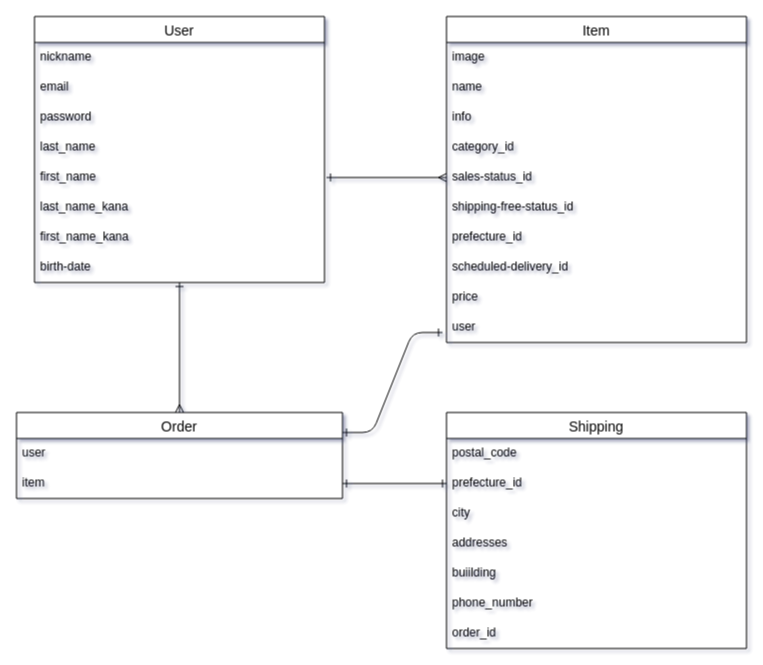
Earlier version of the draw.io diagram frima.dio (saxtuchi/furima-38417). Source tidied: cells renumbered, new cells numbered last; positions are measured from the earlier drawing's top-left corner, leaving out a move shared by most shapes. Both pictures are drawn from the tidied source at 100%, with x=0, y=0 at pixel (16, 16).
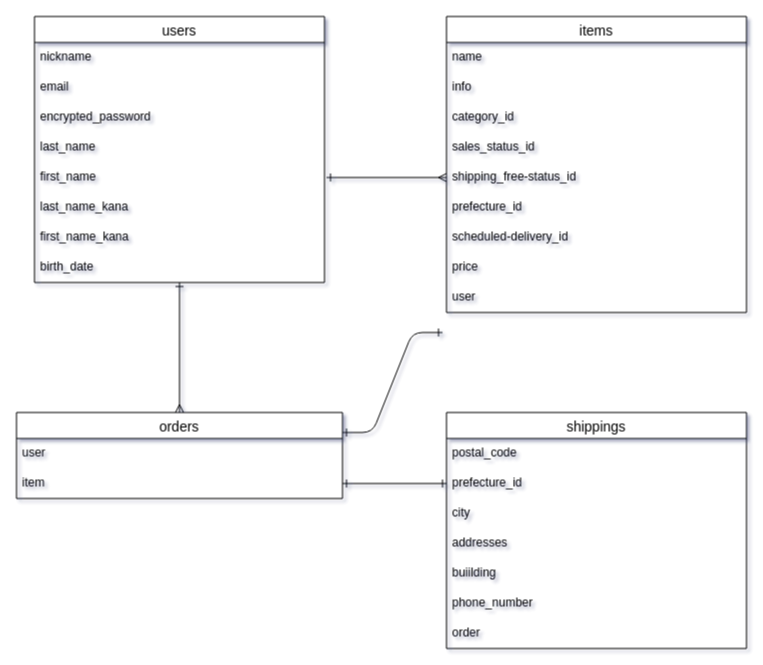
The same page after the edit.

Change to the diagram source:
```diff
@@
-    <mxCell id="3" value="User" style="swimlane;fontStyle=0;horizontal=1;startSize=26;align=center;fontSize=14;" parent="1" vertex="1">
+    <mxCell id="3" value="users" style="swimlane;fontStyle=0;horizontal=1;startSize=26;align=center;fontSize=14;" parent="1" vertex="1">
       <mxGeometry x="18" width="290" height="266" as="geometry" />
     </mxCell>
@@
-    <mxCell id="6" value="password" style="text;strokeColor=none;fillColor=none;spacingLeft=4;spacingRight=4;overflow=hidden;fontSize=12;" parent="3" vertex="1">
+    <mxCell id="6" value="encrypted_password " style="text;strokeColor=none;fillColor=none;spacingLeft=4;spacingRight=4;overflow=hidden;fontSize=12;" parent="3" vertex="1">
       <mxGeometry y="86" width="290" height="30" as="geometry" />
     </mxCell>
@@
-    <mxCell id="11" value="birth-date" style="text;strokeColor=none;fillColor=none;spacingLeft=4;spacingRight=4;overflow=hidden;fontSize=12;" parent="3" vertex="1">
+    <mxCell id="11" value="birth_date" style="text;strokeColor=none;fillColor=none;spacingLeft=4;spacingRight=4;overflow=hidden;fontSize=12;" parent="3" vertex="1">
       <mxGeometry y="236" width="290" height="30" as="geometry" />
     </mxCell>
-    <mxCell id="12" value="Item" style="swimlane;fontStyle=0;horizontal=1;startSize=26;align=center;fontSize=14;" parent="1" vertex="1">
-      <mxGeometry x="430" width="300" height="326" as="geometry" />
+    <mxCell id="12" value="items" style="swimlane;fontStyle=0;horizontal=1;startSize=26;align=center;fontSize=14;" parent="1" vertex="1">
+      <mxGeometry x="430" width="300" height="296" as="geometry" />
     </mxCell>
-    <mxCell id="13" value="image" style="text;strokeColor=none;fillColor=none;spacingLeft=4;spacingRight=4;overflow=hidden;fontSize=12;" parent="12" vertex="1">
-      <mxGeometry y="26" width="300" height="30" as="geometry" />
-    </mxCell>
     <mxCell id="14" value="name" style="text;strokeColor=none;fillColor=none;spacingLeft=4;spacingRight=4;overflow=hidden;fontSize=12;" parent="12" vertex="1">
-      <mxGeometry y="56" width="300" height="30" as="geometry" />
+      <mxGeometry y="26" width="300" height="30" as="geometry" />
     </mxCell>
     <mxCell id="15" value="info" style="text;strokeColor=none;fillColor=none;spacingLeft=4;spacingRight=4;overflow=hidden;fontSize=12;" parent="12" vertex="1">
-      <mxGeometry y="86" width="300" height="30" as="geometry" />
+      <mxGeometry y="56" width="300" height="30" as="geometry" />
     </mxCell>
     <mxCell id="16" value="category_id" style="text;strokeColor=none;fillColor=none;spacingLeft=4;spacingRight=4;overflow=hidden;fontSize=12;" parent="12" vertex="1">
-      <mxGeometry y="116" width="300" height="30" as="geometry" />
+      <mxGeometry y="86" width="300" height="30" as="geometry" />
     </mxCell>
-    <mxCell id="17" value="sales-status_id&#10;" style="text;strokeColor=none;fillColor=none;spacingLeft=4;spacingRight=4;overflow=hidden;points=[[0,0.5],[1,0.5]];portConstraint=eastwest;fontSize=12;" parent="12" vertex="1">
-      <mxGeometry y="146" width="300" height="30" as="geometry" />
+    <mxCell id="17" value="sales_status_id&#10;" style="text;strokeColor=none;fillColor=none;spacingLeft=4;spacingRight=4;overflow=hidden;points=[[0,0.5],[1,0.5]];portConstraint=eastwest;fontSize=12;" parent="12" vertex="1">
+      <mxGeometry y="116" width="300" height="30" as="geometry" />
     </mxCell>
-    <mxCell id="18" value="shipping-free-status_id" style="text;strokeColor=none;fillColor=none;spacingLeft=4;spacingRight=4;overflow=hidden;points=[[0,0.5],[1,0.5]];portConstraint=eastwest;fontSize=12;" parent="12" vertex="1">
-      <mxGeometry y="176" width="300" height="30" as="geometry" />
+    <mxCell id="18" value="shipping_free-status_id" style="text;strokeColor=none;fillColor=none;spacingLeft=4;spacingRight=4;overflow=hidden;points=[[0,0.5],[1,0.5]];portConstraint=eastwest;fontSize=12;" parent="12" vertex="1">
+      <mxGeometry y="146" width="300" height="30" as="geometry" />
     </mxCell>
     <mxCell id="19" value="prefecture_id" style="text;strokeColor=none;fillColor=none;spacingLeft=4;spacingRight=4;overflow=hidden;fontSize=12;" parent="12" vertex="1">
-      <mxGeometry y="206" width="300" height="30" as="geometry" />
+      <mxGeometry y="176" width="300" height="30" as="geometry" />
     </mxCell>
     <mxCell id="20" value="scheduled-delivery_id" style="text;strokeColor=none;fillColor=none;spacingLeft=4;spacingRight=4;overflow=hidden;fontSize=12;" parent="12" vertex="1">
-      <mxGeometry y="236" width="300" height="30" as="geometry" />
+      <mxGeometry y="206" width="300" height="30" as="geometry" />
     </mxCell>
     <mxCell id="21" value="price" style="text;strokeColor=none;fillColor=none;spacingLeft=4;spacingRight=4;overflow=hidden;fontSize=12;" parent="12" vertex="1">
-      <mxGeometry y="266" width="300" height="30" as="geometry" />
+      <mxGeometry y="236" width="300" height="30" as="geometry" />
     </mxCell>
     <mxCell id="22" value="user" style="text;strokeColor=none;fillColor=none;spacingLeft=4;spacingRight=4;overflow=hidden;fontSize=12;" parent="12" vertex="1">
-      <mxGeometry y="296" width="300" height="30" as="geometry" />
+      <mxGeometry y="266" width="300" height="30" as="geometry" />
     </mxCell>
-    <mxCell id="23" style="edgeStyle=none;html=1;entryX=0;entryY=0.5;entryDx=0;entryDy=0;startArrow=ERone;startFill=0;endArrow=ERmany;endFill=0;" parent="1" edge="1" target="17">
+    <mxCell id="23" style="edgeStyle=none;html=1;startArrow=ERone;startFill=0;endArrow=ERmany;endFill=0;entryX=0;entryY=0.5;entryDx=0;entryDy=0;" parent="1" edge="1" target="18">
       <mxGeometry relative="1" as="geometry">
         <mxPoint x="310" y="161" as="sourcePoint" />
       </mxGeometry>
     </mxCell>
-    <mxCell id="24" value="Order" style="swimlane;fontStyle=0;horizontal=1;startSize=26;align=center;fontSize=14;" parent="1" vertex="1">
+    <mxCell id="24" value="orders" style="swimlane;fontStyle=0;horizontal=1;startSize=26;align=center;fontSize=14;" parent="1" vertex="1">
       <mxGeometry y="396" width="326" height="86" as="geometry" />
     </mxCell>
@@
-    <mxCell id="27" value="Shipping" style="swimlane;fontStyle=0;horizontal=1;startSize=26;align=center;fontSize=14;" parent="1" vertex="1">
+    <mxCell id="27" value="shippings" style="swimlane;fontStyle=0;horizontal=1;startSize=26;align=center;fontSize=14;" parent="1" vertex="1">
       <mxGeometry x="430" y="396" width="300" height="236" as="geometry" />
     </mxCell>
@@
-    <mxCell id="34" value="order_id" style="text;strokeColor=none;fillColor=none;spacingLeft=4;spacingRight=4;overflow=hidden;fontSize=12;" parent="27" vertex="1">
+    <mxCell id="34" value="order" style="text;strokeColor=none;fillColor=none;spacingLeft=4;spacingRight=4;overflow=hidden;fontSize=12;" parent="27" vertex="1">
       <mxGeometry y="206" width="300" height="30" as="geometry" />
     </mxCell>
```
